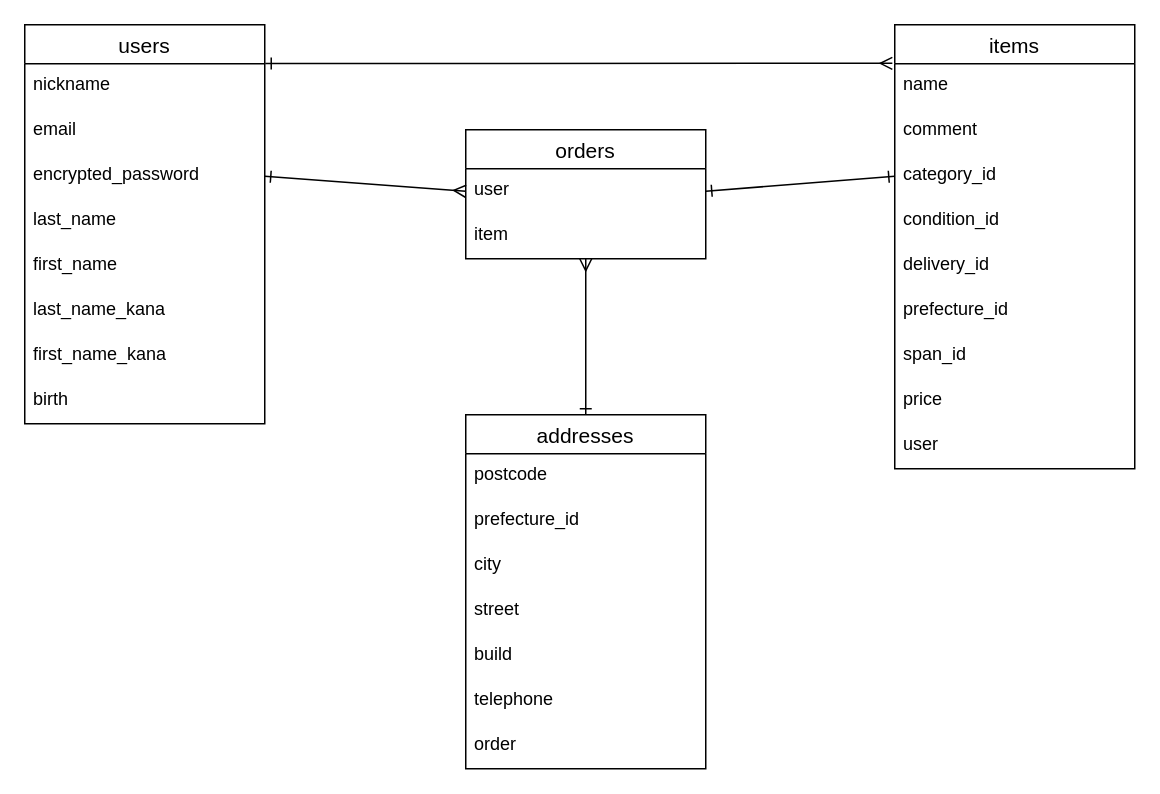
This is furima-40823.dio from calamelmaiku/furima-40823, a draw.io file, before an edit. Source tidied: cells renumbered, new cells numbered last; positions are measured from the earlier drawing's top-left corner, leaving out a move shared by most shapes. Both pictures are drawn from the tidied source at 150%, with x=0, y=0 at pixel (24, 24).
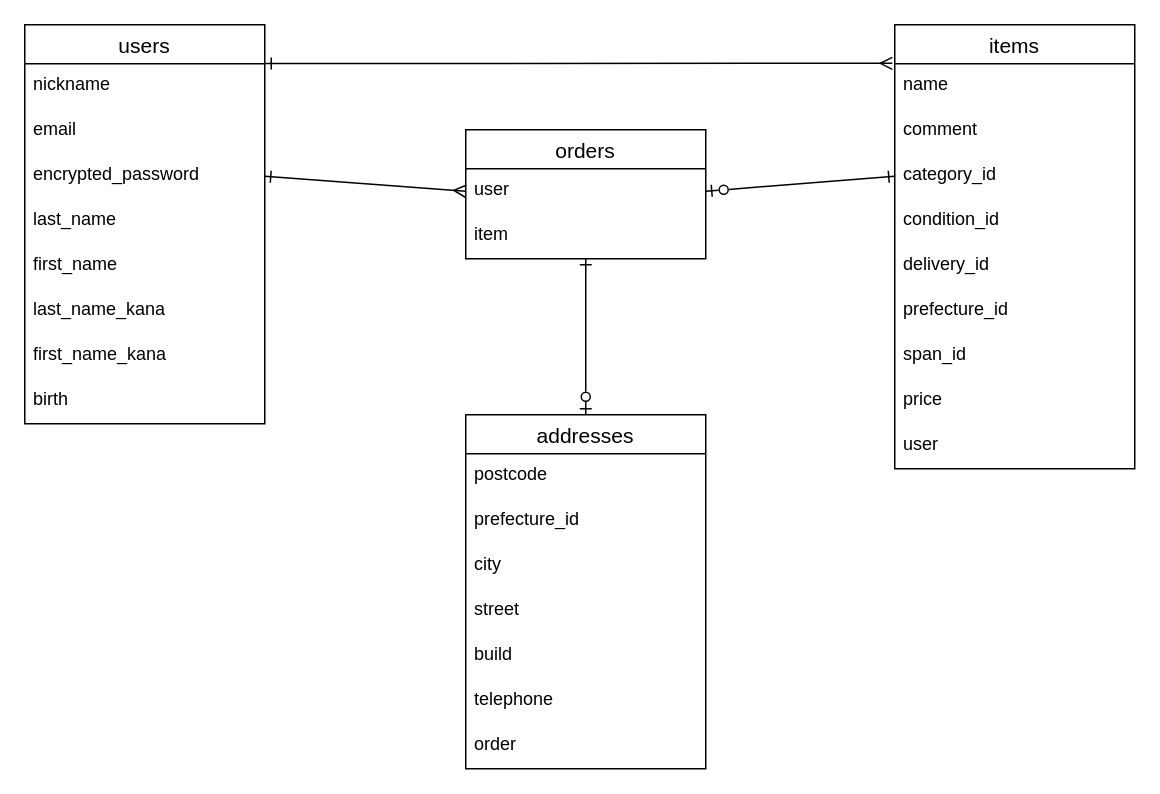
The same page after the edit.

The change refers to these unchanged cells:
```xml
<mxCell id="5" value="category_id" style="text;strokeColor=none;fillColor=none;spacingLeft=4;spacingRight=4;overflow=hidden;points=[[0,0.5],[1,0.5]];portConstraint=eastwest;fontSize=12;" parent="2" vertex="1">
  <mxGeometry y="86" width="160" height="30" as="geometry" />
</mxCell>
<mxCell id="13" value="addresses" style="swimlane;fontStyle=0;horizontal=1;startSize=26;align=center;fontSize=14;" parent="1" vertex="1">
  <mxGeometry x="294" y="260" width="160" height="236" as="geometry" />
</mxCell>
<mxCell id="30" value="orders" style="swimlane;fontStyle=0;horizontal=1;startSize=26;align=center;fontSize=14;" parent="1" vertex="1">
  <mxGeometry x="294" y="70" width="160" height="86" as="geometry" />
</mxCell>
<mxCell id="31" value="user" style="text;strokeColor=none;fillColor=none;spacingLeft=4;spacingRight=4;overflow=hidden;points=[[0,0.5],[1,0.5]];portConstraint=eastwest;fontSize=12;" parent="30" vertex="1">
  <mxGeometry y="26" width="160" height="30" as="geometry" />
</mxCell>
```

What changed in the source:
```diff
@@
-    <mxCell id="12" style="edgeStyle=none;html=1;exitX=0.5;exitY=0;exitDx=0;exitDy=0;startArrow=ERone;startFill=0;endArrow=ERmany;endFill=0;entryX=0.5;entryY=1;entryDx=0;entryDy=0;" parent="1" edge="1" source="13" target="30">
+    <mxCell id="12" style="edgeStyle=none;html=1;exitX=0.5;exitY=0;exitDx=0;exitDy=0;startArrow=ERzeroToOne;startFill=0;endArrow=ERone;endFill=0;entryX=0.5;entryY=1;entryDx=0;entryDy=0;" parent="1" edge="1" source="13" target="30">
       <mxGeometry relative="1" as="geometry" />
     </mxCell>
@@
-    <mxCell id="34" style="edgeStyle=none;html=1;exitX=1;exitY=0.5;exitDx=0;exitDy=0;entryX=0;entryY=0.5;entryDx=0;entryDy=0;startArrow=ERone;startFill=0;endArrow=ERone;endFill=0;" parent="1" edge="1" source="31" target="5">
+    <mxCell id="34" style="edgeStyle=none;html=1;exitX=1;exitY=0.5;exitDx=0;exitDy=0;entryX=0;entryY=0.5;entryDx=0;entryDy=0;startArrow=ERzeroToOne;startFill=0;endArrow=ERone;endFill=0;" parent="1" edge="1" source="31" target="5">
       <mxGeometry relative="1" as="geometry" />
     </mxCell>
```
